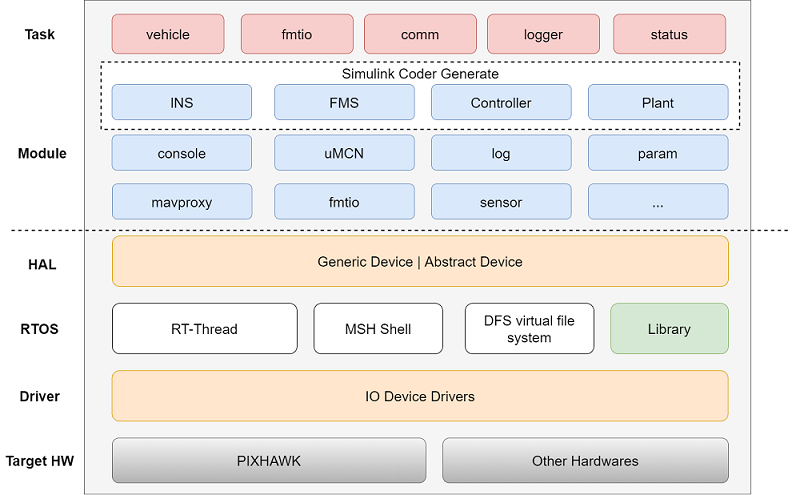
Above: figures/fmt_struct.png in supersenior017/FMT-Firmware (draw.io), before the change. Source tidied: cells renumbered, new cells last; positions are measured from the earlier drawing's top-left corner, leaving out a move shared by most shapes. The source it was exported from:
```xml
<mxGraphModel>
  <root>
    <mxCell id="0" />
    <mxCell id="1" parent="0" />
    <mxCell id="2" style="rounded=0;whiteSpace=wrap;html=1;fillColor=#f5f5f5;strokeColor=#666666;fontColor=#333333;" parent="1" vertex="1">
      <mxGeometry x="150" width="1190" height="880" as="geometry" />
    </mxCell>
    <mxCell id="3" style="rounded=0;whiteSpace=wrap;html=1;strokeWidth=2;dashed=1;" parent="1" vertex="1">
      <mxGeometry x="180" y="110" width="1140" height="120" as="geometry" />
    </mxCell>
    <mxCell id="4" value="&lt;font size=&quot;1&quot;&gt;&lt;b style=&quot;font-size: 25px&quot;&gt;Task&lt;/b&gt;&lt;/font&gt;" style="text;html=1;align=center;verticalAlign=middle;" parent="1" vertex="1">
      <mxGeometry x="35" y="50" width="70" height="20" as="geometry" />
    </mxCell>
    <mxCell id="5" value="&lt;font size=&quot;1&quot;&gt;&lt;b style=&quot;font-size: 25px&quot;&gt;HAL&lt;/b&gt;&lt;/font&gt;" style="text;html=1;align=center;verticalAlign=middle;" parent="1" vertex="1">
      <mxGeometry x="40" y="460" width="70" height="20" as="geometry" />
    </mxCell>
    <mxCell id="6" value="&lt;font size=&quot;1&quot;&gt;&lt;b style=&quot;font-size: 25px&quot;&gt;Module&lt;/b&gt;&lt;/font&gt;" style="text;html=1;align=center;verticalAlign=middle;strokeWidth=8;" parent="1" vertex="1">
      <mxGeometry x="25" y="261.5" width="100" height="20" as="geometry" />
    </mxCell>
    <mxCell id="7" value="&lt;font size=&quot;1&quot;&gt;&lt;b style=&quot;font-size: 25px&quot;&gt;Driver&lt;/b&gt;&lt;/font&gt;" style="text;html=1;align=center;verticalAlign=middle;" parent="1" vertex="1">
      <mxGeometry x="25" y="695" width="90" height="20" as="geometry" />
    </mxCell>
    <mxCell id="8" value="&lt;font size=&quot;1&quot;&gt;&lt;b style=&quot;font-size: 25px&quot;&gt;RTOS&lt;/b&gt;&lt;/font&gt;" style="text;html=1;align=center;verticalAlign=middle;" parent="1" vertex="1">
      <mxGeometry x="30" y="575" width="80" height="20" as="geometry" />
    </mxCell>
    <mxCell id="9" value="&lt;font size=&quot;1&quot;&gt;&lt;b style=&quot;font-size: 25px&quot;&gt;Target HW&lt;/b&gt;&lt;/font&gt;" style="text;html=1;align=center;verticalAlign=middle;" parent="1" vertex="1">
      <mxGeometry y="810" width="140" height="20" as="geometry" />
    </mxCell>
    <mxCell id="10" value="&lt;font style=&quot;font-size: 25px&quot;&gt;PIXHAWK&lt;/font&gt;" style="rounded=1;whiteSpace=wrap;html=1;fontSize=16;strokeColor=#666666;fillColor=#f5f5f5;gradientColor=#b3b3b3;" parent="1" vertex="1">
      <mxGeometry x="200" y="780" width="560" height="80" as="geometry" />
    </mxCell>
    <mxCell id="11" value="&lt;font size=&quot;1&quot;&gt;&lt;span style=&quot;font-size: 25px&quot;&gt;Other Hardwares&lt;/span&gt;&lt;/font&gt;" style="rounded=1;whiteSpace=wrap;html=1;fontSize=16;fillColor=#f5f5f5;strokeColor=#666666;gradientColor=#b3b3b3;" parent="1" vertex="1">
      <mxGeometry x="790" y="780" width="510" height="80" as="geometry" />
    </mxCell>
    <mxCell id="12" value="&lt;font style=&quot;font-size: 25px&quot;&gt;RT-Thread&lt;/font&gt;" style="rounded=1;whiteSpace=wrap;html=1;fontSize=16;" parent="1" vertex="1">
      <mxGeometry x="200" y="540" width="330" height="90" as="geometry" />
    </mxCell>
    <mxCell id="13" value="&lt;font style=&quot;font-size: 25px&quot;&gt;MSH Shell&lt;/font&gt;" style="rounded=1;whiteSpace=wrap;html=1;fontSize=16;" parent="1" vertex="1">
      <mxGeometry x="560" y="540" width="230" height="90" as="geometry" />
    </mxCell>
    <mxCell id="14" value="&lt;font style=&quot;font-size: 25px&quot;&gt;DFS virtual file system&lt;/font&gt;" style="rounded=1;whiteSpace=wrap;html=1;fontSize=16;" parent="1" vertex="1">
      <mxGeometry x="830" y="540" width="230" height="90" as="geometry" />
    </mxCell>
    <mxCell id="15" value="&lt;font style=&quot;font-size: 25px&quot;&gt;Library&lt;/font&gt;" style="rounded=1;whiteSpace=wrap;html=1;fontSize=16;fillColor=#d5e8d4;strokeColor=#82b366;" parent="1" vertex="1">
      <mxGeometry x="1090" y="540" width="210" height="90" as="geometry" />
    </mxCell>
    <mxCell id="16" value="&lt;font style=&quot;font-size: 25px&quot;&gt;IO Device Drivers&lt;/font&gt;" style="rounded=1;whiteSpace=wrap;html=1;fontSize=16;fillColor=#ffe6cc;strokeColor=#d79b00;" parent="1" vertex="1">
      <mxGeometry x="199.5" y="660" width="1100" height="90" as="geometry" />
    </mxCell>
    <mxCell id="17" value="&lt;font style=&quot;font-size: 25px&quot;&gt;Generic Device | Abstract Device&lt;/font&gt;" style="rounded=1;whiteSpace=wrap;html=1;fontSize=16;fillColor=#ffe6cc;strokeColor=#d79b00;" parent="1" vertex="1">
      <mxGeometry x="200" y="420" width="1100" height="90" as="geometry" />
    </mxCell>
    <mxCell id="18" value="&lt;font style=&quot;font-size: 25px&quot;&gt;...&lt;/font&gt;" style="rounded=1;whiteSpace=wrap;html=1;fontSize=16;fillColor=#dae8fc;strokeColor=#6c8ebf;" parent="1" vertex="1">
      <mxGeometry x="1050" y="327" width="249.5" height="63" as="geometry" />
    </mxCell>
    <mxCell id="19" value="&lt;font style=&quot;font-size: 25px&quot;&gt;mavproxy&lt;/font&gt;" style="rounded=1;whiteSpace=wrap;html=1;fontSize=16;fillColor=#dae8fc;strokeColor=#6c8ebf;" parent="1" vertex="1">
      <mxGeometry x="200" y="327" width="249.5" height="63" as="geometry" />
    </mxCell>
    <mxCell id="20" value="&lt;font style=&quot;font-size: 25px&quot;&gt;fmtio&lt;/font&gt;" style="rounded=1;whiteSpace=wrap;html=1;fontSize=16;fillColor=#dae8fc;strokeColor=#6c8ebf;" parent="1" vertex="1">
      <mxGeometry x="490" y="327" width="249.5" height="63" as="geometry" />
    </mxCell>
    <mxCell id="21" value="&lt;font style=&quot;font-size: 25px&quot;&gt;sensor&lt;/font&gt;" style="rounded=1;whiteSpace=wrap;html=1;fontSize=16;fillColor=#dae8fc;strokeColor=#6c8ebf;" parent="1" vertex="1">
      <mxGeometry x="770" y="327" width="249.5" height="63" as="geometry" />
    </mxCell>
    <mxCell id="22" value="&lt;font style=&quot;font-size: 25px&quot;&gt;console&lt;/font&gt;" style="rounded=1;whiteSpace=wrap;html=1;fontSize=16;fillColor=#dae8fc;strokeColor=#6c8ebf;" parent="1" vertex="1">
      <mxGeometry x="199.5" y="240" width="249.5" height="63" as="geometry" />
    </mxCell>
    <mxCell id="23" value="&lt;font style=&quot;font-size: 25px&quot;&gt;uMCN&lt;/font&gt;" style="rounded=1;whiteSpace=wrap;html=1;fontSize=16;fillColor=#dae8fc;strokeColor=#6c8ebf;" parent="1" vertex="1">
      <mxGeometry x="490" y="240" width="249.5" height="63" as="geometry" />
    </mxCell>
    <mxCell id="24" value="&lt;font style=&quot;font-size: 25px&quot;&gt;log&lt;/font&gt;" style="rounded=1;whiteSpace=wrap;html=1;fontSize=16;fillColor=#dae8fc;strokeColor=#6c8ebf;" parent="1" vertex="1">
      <mxGeometry x="770" y="240" width="249.5" height="63" as="geometry" />
    </mxCell>
    <mxCell id="25" value="&lt;font style=&quot;font-size: 25px&quot;&gt;param&lt;/font&gt;" style="rounded=1;whiteSpace=wrap;html=1;fontSize=16;fillColor=#dae8fc;strokeColor=#6c8ebf;" parent="1" vertex="1">
      <mxGeometry x="1050" y="240" width="249.5" height="63" as="geometry" />
    </mxCell>
    <mxCell id="26" value="&lt;font style=&quot;font-size: 25px&quot;&gt;INS&lt;/font&gt;" style="rounded=1;whiteSpace=wrap;html=1;fontSize=16;fillColor=#dae8fc;strokeColor=#6c8ebf;" parent="1" vertex="1">
      <mxGeometry x="199.5" y="150" width="249.5" height="63" as="geometry" />
    </mxCell>
    <mxCell id="27" value="&lt;font style=&quot;font-size: 25px&quot;&gt;FMS&lt;/font&gt;" style="rounded=1;whiteSpace=wrap;html=1;fontSize=16;fillColor=#dae8fc;strokeColor=#6c8ebf;" parent="1" vertex="1">
      <mxGeometry x="490" y="150" width="249.5" height="63" as="geometry" />
    </mxCell>
    <mxCell id="28" value="&lt;font style=&quot;font-size: 25px&quot;&gt;Controller&lt;/font&gt;" style="rounded=1;whiteSpace=wrap;html=1;fontSize=16;fillColor=#dae8fc;strokeColor=#6c8ebf;" parent="1" vertex="1">
      <mxGeometry x="770" y="150" width="249.5" height="63" as="geometry" />
    </mxCell>
    <mxCell id="29" value="&lt;font style=&quot;font-size: 25px&quot;&gt;Plant&lt;/font&gt;" style="rounded=1;whiteSpace=wrap;html=1;fontSize=16;fillColor=#dae8fc;strokeColor=#6c8ebf;" parent="1" vertex="1">
      <mxGeometry x="1050" y="150" width="249.5" height="63" as="geometry" />
    </mxCell>
    <mxCell id="30" value="&lt;font size=&quot;1&quot;&gt;&lt;span style=&quot;font-size: 25px&quot;&gt;Simulink Coder Generate&lt;/span&gt;&lt;/font&gt;" style="text;html=1;align=center;verticalAlign=middle;strokeWidth=8;" parent="1" vertex="1">
      <mxGeometry x="599.5" y="120" width="300" height="20" as="geometry" />
    </mxCell>
    <mxCell id="31" value="&lt;font style=&quot;font-size: 25px&quot;&gt;vehicle&lt;/font&gt;" style="rounded=1;whiteSpace=wrap;html=1;fontSize=16;fillColor=#f8cecc;strokeColor=#b85450;" parent="1" vertex="1">
      <mxGeometry x="199.5" y="25" width="200" height="70" as="geometry" />
    </mxCell>
    <mxCell id="32" value="&lt;font style=&quot;font-size: 25px&quot;&gt;fmtio&lt;/font&gt;" style="rounded=1;whiteSpace=wrap;html=1;fontSize=16;fillColor=#f8cecc;strokeColor=#b85450;" parent="1" vertex="1">
      <mxGeometry x="430" y="25" width="200" height="70" as="geometry" />
    </mxCell>
    <mxCell id="33" value="&lt;font style=&quot;font-size: 25px&quot;&gt;comm&lt;/font&gt;" style="rounded=1;whiteSpace=wrap;html=1;fontSize=16;fillColor=#f8cecc;strokeColor=#b85450;" parent="1" vertex="1">
      <mxGeometry x="650" y="25" width="200" height="70" as="geometry" />
    </mxCell>
    <mxCell id="34" value="&lt;font style=&quot;font-size: 25px&quot;&gt;logger&lt;/font&gt;" style="rounded=1;whiteSpace=wrap;html=1;fontSize=16;fillColor=#f8cecc;strokeColor=#b85450;" parent="1" vertex="1">
      <mxGeometry x="870" y="25" width="200" height="70" as="geometry" />
    </mxCell>
    <mxCell id="35" value="&lt;font style=&quot;font-size: 25px&quot;&gt;status&lt;/font&gt;" style="rounded=1;whiteSpace=wrap;html=1;fontSize=16;fillColor=#f8cecc;strokeColor=#b85450;" parent="1" vertex="1">
      <mxGeometry x="1095" y="25" width="200" height="70" as="geometry" />
    </mxCell>
    <mxCell id="36" style="endArrow=none;dashed=1;html=1;strokeWidth=2;" parent="1" edge="1">
      <mxGeometry relative="1" as="geometry">
        <mxPoint x="20" y="410" as="sourcePoint" />
        <mxPoint x="1410" y="410" as="targetPoint" />
      </mxGeometry>
    </mxCell>
  </root>
</mxGraphModel>
```
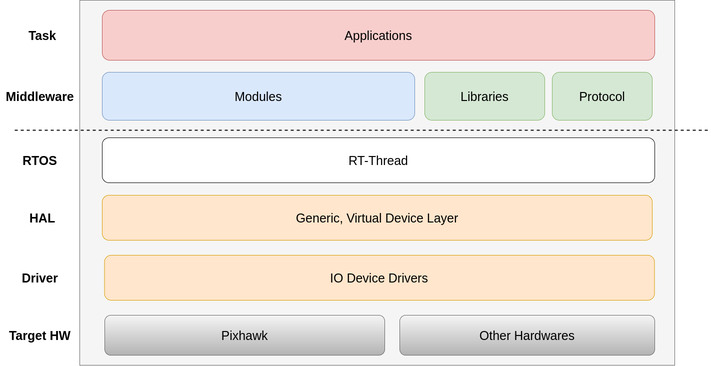
Later version of the same file.

Diff of the diagram source:
```diff
@@ -3,112 +3,58 @@
     <mxCell id="0" />
     <mxCell id="1" parent="0" />
     <mxCell id="2" style="rounded=0;whiteSpace=wrap;html=1;fillColor=#f5f5f5;strokeColor=#666666;fontColor=#333333;" parent="1" vertex="1">
-      <mxGeometry x="150" width="1190" height="880" as="geometry" />
+      <mxGeometry x="150" y="150" width="1190" height="730" as="geometry" />
     </mxCell>
-    <mxCell id="3" style="rounded=0;whiteSpace=wrap;html=1;strokeWidth=2;dashed=1;" parent="1" vertex="1">
-      <mxGeometry x="180" y="110" width="1140" height="120" as="geometry" />
-    </mxCell>
     <mxCell id="4" value="&lt;font size=&quot;1&quot;&gt;&lt;b style=&quot;font-size: 25px&quot;&gt;Task&lt;/b&gt;&lt;/font&gt;" style="text;html=1;align=center;verticalAlign=middle;" parent="1" vertex="1">
-      <mxGeometry x="35" y="50" width="70" height="20" as="geometry" />
+      <mxGeometry x="40" y="210" width="70" height="20" as="geometry" />
     </mxCell>
     <mxCell id="5" value="&lt;font size=&quot;1&quot;&gt;&lt;b style=&quot;font-size: 25px&quot;&gt;HAL&lt;/b&gt;&lt;/font&gt;" style="text;html=1;align=center;verticalAlign=middle;" parent="1" vertex="1">
-      <mxGeometry x="40" y="460" width="70" height="20" as="geometry" />
+      <mxGeometry x="40" y="575" width="70" height="20" as="geometry" />
     </mxCell>
-    <mxCell id="6" value="&lt;font size=&quot;1&quot;&gt;&lt;b style=&quot;font-size: 25px&quot;&gt;Module&lt;/b&gt;&lt;/font&gt;" style="text;html=1;align=center;verticalAlign=middle;strokeWidth=8;" parent="1" vertex="1">
-      <mxGeometry x="25" y="261.5" width="100" height="20" as="geometry" />
+    <mxCell id="6" value="&lt;font size=&quot;1&quot;&gt;&lt;b style=&quot;font-size: 25px&quot;&gt;Middleware&lt;/b&gt;&lt;/font&gt;" style="text;html=1;align=center;verticalAlign=middle;strokeWidth=8;" parent="1" vertex="1">
+      <mxGeometry x="-5" y="327" width="150" height="30" as="geometry" />
     </mxCell>
     <mxCell id="7" value="&lt;font size=&quot;1&quot;&gt;&lt;b style=&quot;font-size: 25px&quot;&gt;Driver&lt;/b&gt;&lt;/font&gt;" style="text;html=1;align=center;verticalAlign=middle;" parent="1" vertex="1">
       <mxGeometry x="25" y="695" width="90" height="20" as="geometry" />
     </mxCell>
     <mxCell id="8" value="&lt;font size=&quot;1&quot;&gt;&lt;b style=&quot;font-size: 25px&quot;&gt;RTOS&lt;/b&gt;&lt;/font&gt;" style="text;html=1;align=center;verticalAlign=middle;" parent="1" vertex="1">
-      <mxGeometry x="30" y="575" width="80" height="20" as="geometry" />
+      <mxGeometry x="30" y="460" width="80" height="20" as="geometry" />
     </mxCell>
     <mxCell id="9" value="&lt;font size=&quot;1&quot;&gt;&lt;b style=&quot;font-size: 25px&quot;&gt;Target HW&lt;/b&gt;&lt;/font&gt;" style="text;html=1;align=center;verticalAlign=middle;" parent="1" vertex="1">
       <mxGeometry y="810" width="140" height="20" as="geometry" />
     </mxCell>
-    <mxCell id="10" value="&lt;font style=&quot;font-size: 25px&quot;&gt;PIXHAWK&lt;/font&gt;" style="rounded=1;whiteSpace=wrap;html=1;fontSize=16;strokeColor=#666666;fillColor=#f5f5f5;gradientColor=#b3b3b3;" parent="1" vertex="1">
+    <mxCell id="10" value="&lt;font style=&quot;font-size: 25px&quot;&gt;Pixhawk&lt;/font&gt;" style="rounded=1;whiteSpace=wrap;html=1;fontSize=16;strokeColor=#666666;fillColor=#f5f5f5;gradientColor=#b3b3b3;" parent="1" vertex="1">
       <mxGeometry x="200" y="780" width="560" height="80" as="geometry" />
     </mxCell>
     <mxCell id="11" value="&lt;font size=&quot;1&quot;&gt;&lt;span style=&quot;font-size: 25px&quot;&gt;Other Hardwares&lt;/span&gt;&lt;/font&gt;" style="rounded=1;whiteSpace=wrap;html=1;fontSize=16;fillColor=#f5f5f5;strokeColor=#666666;gradientColor=#b3b3b3;" parent="1" vertex="1">
       <mxGeometry x="790" y="780" width="510" height="80" as="geometry" />
     </mxCell>
     <mxCell id="12" value="&lt;font style=&quot;font-size: 25px&quot;&gt;RT-Thread&lt;/font&gt;" style="rounded=1;whiteSpace=wrap;html=1;fontSize=16;" parent="1" vertex="1">
-      <mxGeometry x="200" y="540" width="330" height="90" as="geometry" />
+      <mxGeometry x="195" y="425" width="1105" height="90" as="geometry" />
     </mxCell>
-    <mxCell id="13" value="&lt;font style=&quot;font-size: 25px&quot;&gt;MSH Shell&lt;/font&gt;" style="rounded=1;whiteSpace=wrap;html=1;fontSize=16;" parent="1" vertex="1">
-      <mxGeometry x="560" y="540" width="230" height="90" as="geometry" />
-    </mxCell>
-    <mxCell id="14" value="&lt;font style=&quot;font-size: 25px&quot;&gt;DFS virtual file system&lt;/font&gt;" style="rounded=1;whiteSpace=wrap;html=1;fontSize=16;" parent="1" vertex="1">
-      <mxGeometry x="830" y="540" width="230" height="90" as="geometry" />
-    </mxCell>
-    <mxCell id="15" value="&lt;font style=&quot;font-size: 25px&quot;&gt;Library&lt;/font&gt;" style="rounded=1;whiteSpace=wrap;html=1;fontSize=16;fillColor=#d5e8d4;strokeColor=#82b366;" parent="1" vertex="1">
-      <mxGeometry x="1090" y="540" width="210" height="90" as="geometry" />
-    </mxCell>
     <mxCell id="16" value="&lt;font style=&quot;font-size: 25px&quot;&gt;IO Device Drivers&lt;/font&gt;" style="rounded=1;whiteSpace=wrap;html=1;fontSize=16;fillColor=#ffe6cc;strokeColor=#d79b00;" parent="1" vertex="1">
       <mxGeometry x="199.5" y="660" width="1100" height="90" as="geometry" />
     </mxCell>
-    <mxCell id="17" value="&lt;font style=&quot;font-size: 25px&quot;&gt;Generic Device | Abstract Device&lt;/font&gt;" style="rounded=1;whiteSpace=wrap;html=1;fontSize=16;fillColor=#ffe6cc;strokeColor=#d79b00;" parent="1" vertex="1">
-      <mxGeometry x="200" y="420" width="1100" height="90" as="geometry" />
+    <mxCell id="17" value="&lt;font style=&quot;font-size: 25px&quot;&gt;Generic, Virtual Device Layer&lt;/font&gt;" style="rounded=1;whiteSpace=wrap;html=1;fontSize=16;fillColor=#ffe6cc;strokeColor=#d79b00;" parent="1" vertex="1">
+      <mxGeometry x="195" y="540" width="1100" height="90" as="geometry" />
     </mxCell>
-    <mxCell id="18" value="&lt;font style=&quot;font-size: 25px&quot;&gt;...&lt;/font&gt;" style="rounded=1;whiteSpace=wrap;html=1;fontSize=16;fillColor=#dae8fc;strokeColor=#6c8ebf;" parent="1" vertex="1">
-      <mxGeometry x="1050" y="327" width="249.5" height="63" as="geometry" />
-    </mxCell>
-    <mxCell id="19" value="&lt;font style=&quot;font-size: 25px&quot;&gt;mavproxy&lt;/font&gt;" style="rounded=1;whiteSpace=wrap;html=1;fontSize=16;fillColor=#dae8fc;strokeColor=#6c8ebf;" parent="1" vertex="1">
-      <mxGeometry x="200" y="327" width="249.5" height="63" as="geometry" />
-    </mxCell>
-    <mxCell id="20" value="&lt;font style=&quot;font-size: 25px&quot;&gt;fmtio&lt;/font&gt;" style="rounded=1;whiteSpace=wrap;html=1;fontSize=16;fillColor=#dae8fc;strokeColor=#6c8ebf;" parent="1" vertex="1">
-      <mxGeometry x="490" y="327" width="249.5" height="63" as="geometry" />
-    </mxCell>
-    <mxCell id="21" value="&lt;font style=&quot;font-size: 25px&quot;&gt;sensor&lt;/font&gt;" style="rounded=1;whiteSpace=wrap;html=1;fontSize=16;fillColor=#dae8fc;strokeColor=#6c8ebf;" parent="1" vertex="1">
-      <mxGeometry x="770" y="327" width="249.5" height="63" as="geometry" />
-    </mxCell>
-    <mxCell id="22" value="&lt;font style=&quot;font-size: 25px&quot;&gt;console&lt;/font&gt;" style="rounded=1;whiteSpace=wrap;html=1;fontSize=16;fillColor=#dae8fc;strokeColor=#6c8ebf;" parent="1" vertex="1">
-      <mxGeometry x="199.5" y="240" width="249.5" height="63" as="geometry" />
+    <mxCell id="22" value="&lt;font style=&quot;font-size: 25px&quot;&gt;Modules&lt;/font&gt;" style="rounded=1;whiteSpace=wrap;html=1;fontSize=16;fillColor=#dae8fc;strokeColor=#6c8ebf;" parent="1" vertex="1">
+      <mxGeometry x="195" y="294" width="625" height="96" as="geometry" />
     </mxCell>
-    <mxCell id="23" value="&lt;font style=&quot;font-size: 25px&quot;&gt;uMCN&lt;/font&gt;" style="rounded=1;whiteSpace=wrap;html=1;fontSize=16;fillColor=#dae8fc;strokeColor=#6c8ebf;" parent="1" vertex="1">
-      <mxGeometry x="490" y="240" width="249.5" height="63" as="geometry" />
-    </mxCell>
-    <mxCell id="24" value="&lt;font style=&quot;font-size: 25px&quot;&gt;log&lt;/font&gt;" style="rounded=1;whiteSpace=wrap;html=1;fontSize=16;fillColor=#dae8fc;strokeColor=#6c8ebf;" parent="1" vertex="1">
-      <mxGeometry x="770" y="240" width="249.5" height="63" as="geometry" />
-    </mxCell>
-    <mxCell id="25" value="&lt;font style=&quot;font-size: 25px&quot;&gt;param&lt;/font&gt;" style="rounded=1;whiteSpace=wrap;html=1;fontSize=16;fillColor=#dae8fc;strokeColor=#6c8ebf;" parent="1" vertex="1">
-      <mxGeometry x="1050" y="240" width="249.5" height="63" as="geometry" />
-    </mxCell>
-    <mxCell id="26" value="&lt;font style=&quot;font-size: 25px&quot;&gt;INS&lt;/font&gt;" style="rounded=1;whiteSpace=wrap;html=1;fontSize=16;fillColor=#dae8fc;strokeColor=#6c8ebf;" parent="1" vertex="1">
-      <mxGeometry x="199.5" y="150" width="249.5" height="63" as="geometry" />
-    </mxCell>
-    <mxCell id="27" value="&lt;font style=&quot;font-size: 25px&quot;&gt;FMS&lt;/font&gt;" style="rounded=1;whiteSpace=wrap;html=1;fontSize=16;fillColor=#dae8fc;strokeColor=#6c8ebf;" parent="1" vertex="1">
-      <mxGeometry x="490" y="150" width="249.5" height="63" as="geometry" />
-    </mxCell>
-    <mxCell id="28" value="&lt;font style=&quot;font-size: 25px&quot;&gt;Controller&lt;/font&gt;" style="rounded=1;whiteSpace=wrap;html=1;fontSize=16;fillColor=#dae8fc;strokeColor=#6c8ebf;" parent="1" vertex="1">
-      <mxGeometry x="770" y="150" width="249.5" height="63" as="geometry" />
-    </mxCell>
-    <mxCell id="29" value="&lt;font style=&quot;font-size: 25px&quot;&gt;Plant&lt;/font&gt;" style="rounded=1;whiteSpace=wrap;html=1;fontSize=16;fillColor=#dae8fc;strokeColor=#6c8ebf;" parent="1" vertex="1">
-      <mxGeometry x="1050" y="150" width="249.5" height="63" as="geometry" />
-    </mxCell>
-    <mxCell id="30" value="&lt;font size=&quot;1&quot;&gt;&lt;span style=&quot;font-size: 25px&quot;&gt;Simulink Coder Generate&lt;/span&gt;&lt;/font&gt;" style="text;html=1;align=center;verticalAlign=middle;strokeWidth=8;" parent="1" vertex="1">
-      <mxGeometry x="599.5" y="120" width="300" height="20" as="geometry" />
-    </mxCell>
-    <mxCell id="31" value="&lt;font style=&quot;font-size: 25px&quot;&gt;vehicle&lt;/font&gt;" style="rounded=1;whiteSpace=wrap;html=1;fontSize=16;fillColor=#f8cecc;strokeColor=#b85450;" parent="1" vertex="1">
-      <mxGeometry x="199.5" y="25" width="200" height="70" as="geometry" />
+    <mxCell id="31" value="&lt;font style=&quot;font-size: 25px&quot;&gt;Applications&lt;/font&gt;" style="rounded=1;whiteSpace=wrap;html=1;fontSize=16;fillColor=#f8cecc;strokeColor=#b85450;" parent="1" vertex="1">
+      <mxGeometry x="195" y="170" width="1105" height="100" as="geometry" />
     </mxCell>
-    <mxCell id="32" value="&lt;font style=&quot;font-size: 25px&quot;&gt;fmtio&lt;/font&gt;" style="rounded=1;whiteSpace=wrap;html=1;fontSize=16;fillColor=#f8cecc;strokeColor=#b85450;" parent="1" vertex="1">
-      <mxGeometry x="430" y="25" width="200" height="70" as="geometry" />
-    </mxCell>
-    <mxCell id="33" value="&lt;font style=&quot;font-size: 25px&quot;&gt;comm&lt;/font&gt;" style="rounded=1;whiteSpace=wrap;html=1;fontSize=16;fillColor=#f8cecc;strokeColor=#b85450;" parent="1" vertex="1">
-      <mxGeometry x="650" y="25" width="200" height="70" as="geometry" />
-    </mxCell>
-    <mxCell id="34" value="&lt;font style=&quot;font-size: 25px&quot;&gt;logger&lt;/font&gt;" style="rounded=1;whiteSpace=wrap;html=1;fontSize=16;fillColor=#f8cecc;strokeColor=#b85450;" parent="1" vertex="1">
-      <mxGeometry x="870" y="25" width="200" height="70" as="geometry" />
-    </mxCell>
-    <mxCell id="35" value="&lt;font style=&quot;font-size: 25px&quot;&gt;status&lt;/font&gt;" style="rounded=1;whiteSpace=wrap;html=1;fontSize=16;fillColor=#f8cecc;strokeColor=#b85450;" parent="1" vertex="1">
-      <mxGeometry x="1095" y="25" width="200" height="70" as="geometry" />
-    </mxCell>
     <mxCell id="36" style="endArrow=none;dashed=1;html=1;strokeWidth=2;" parent="1" edge="1">
       <mxGeometry relative="1" as="geometry">
         <mxPoint x="20" y="410" as="sourcePoint" />
         <mxPoint x="1410" y="410" as="targetPoint" />
       </mxGeometry>
     </mxCell>
+    <mxCell id="37" value="&lt;font style=&quot;font-size: 25px&quot;&gt;Libraries&lt;/font&gt;" style="rounded=1;whiteSpace=wrap;html=1;fontSize=16;fillColor=#d5e8d4;strokeColor=#82b366;" parent="1" vertex="1">
+      <mxGeometry x="840" y="294" width="240" height="96" as="geometry" />
+    </mxCell>
+    <mxCell id="38" value="&lt;font style=&quot;font-size: 25px&quot;&gt;Protocol&lt;/font&gt;" style="rounded=1;whiteSpace=wrap;html=1;fontSize=16;fillColor=#d5e8d4;strokeColor=#82b366;" parent="1" vertex="1">
+      <mxGeometry x="1095" y="294" width="200" height="96" as="geometry" />
+    </mxCell>
   </root>
 </mxGraphModel>
```
